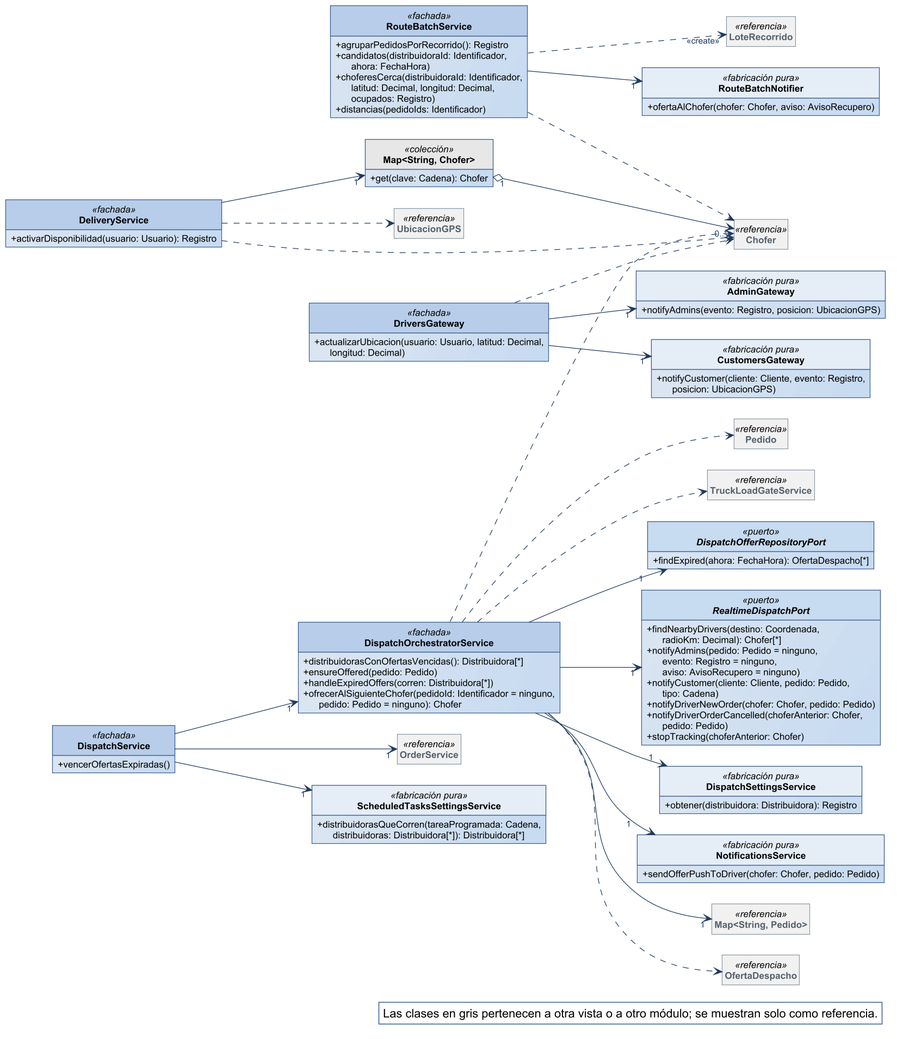
Above: diagramas/clases-diseno/DC_Mod_Despacho.png in Nahuelito-Dev/splg-docs (PlantUML), before the change.
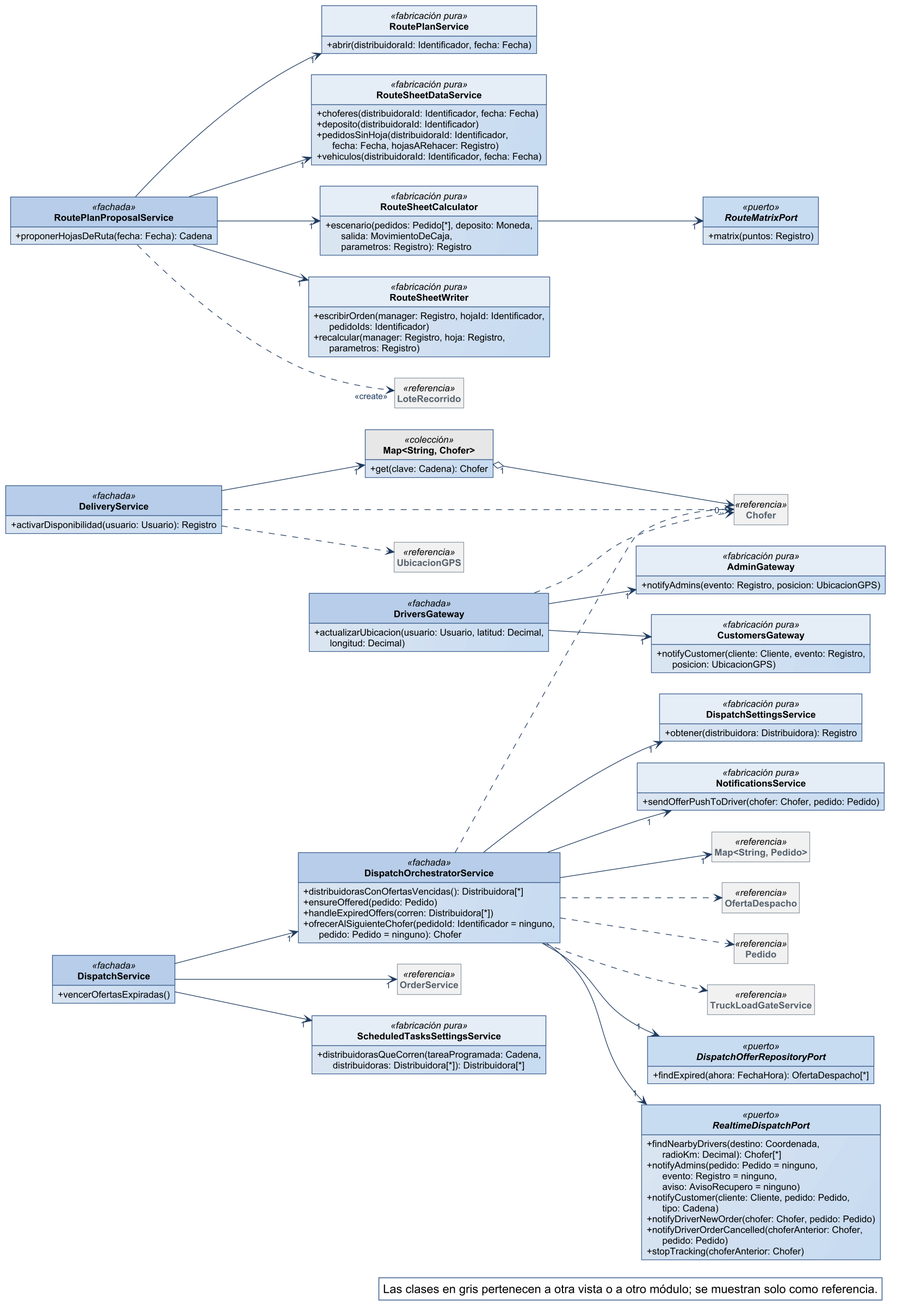
After the commit.

Change to the diagram source:
```diff
@@ -50,14 +50,27 @@
   + notifyDriverOrderCancelled(choferAnterior: Chofer,\n      pedido: Pedido)
   + stopTracking(choferAnterior: Chofer)
 }
-class RouteBatchService <<fachada>> {
-  + agruparPedidosPorRecorrido(): Registro
-  + candidatos(distribuidoraId: Identificador,\n      ahora: FechaHora)
-  + choferesCerca(distribuidoraId: Identificador,\n      latitud: Decimal, longitud: Decimal,\n      ocupados: Registro)
-  + distancias(pedidoIds: Identificador)
+interface RouteMatrixPort <<puerto>> {
+  + matrix(puntos: Registro)
 }
-class RouteBatchNotifier <<fabricación pura>> {
-  + ofertaAlChofer(chofer: Chofer, aviso: AvisoRecupero)
+class RoutePlanProposalService <<fachada>> {
+  + proponerHojasDeRuta(fecha: Fecha): Cadena
+}
+class RoutePlanService <<fabricación pura>> {
+  + abrir(distribuidoraId: Identificador, fecha: Fecha)
+}
+class RouteSheetDataService <<fabricación pura>> {
+  + choferes(distribuidoraId: Identificador, fecha: Fecha)
+  + deposito(distribuidoraId: Identificador)
+  + pedidosSinHoja(distribuidoraId: Identificador,\n      fecha: Fecha, hojasARehacer: Registro)
+  + vehiculos(distribuidoraId: Identificador, fecha: Fecha)
+}
+class RouteSheetCalculator <<fabricación pura>> {
+  + escenario(pedidos: Pedido[*], deposito: Moneda,\n      salida: MovimientoDeCaja,\n      parametros: Registro): Registro
+}
+class RouteSheetWriter <<fabricación pura>> {
+  + escribirOrden(manager: Registro, hojaId: Identificador,\n      pedidoIds: Identificador)
+  + recalcular(manager: Registro, hoja: Registro,\n      parametros: Registro)
 }
 class DispatchSettingsService <<fabricación pura>> {
   + obtener(distribuidora: Distribuidora): Registro
@@ -104,7 +117,11 @@
 DispatchService --> "1" ScheduledTasksSettingsService
 DriversGateway --> "1" AdminGateway
 DriversGateway --> "1" CustomersGateway
-RouteBatchService --> "1" RouteBatchNotifier
+RoutePlanProposalService --> "1" RoutePlanService
+RoutePlanProposalService --> "1" RouteSheetCalculator
+RoutePlanProposalService --> "1" RouteSheetDataService
+RoutePlanProposalService --> "1" RouteSheetWriter
+RouteSheetCalculator --> "1" RouteMatrixPort
 DeliveryService ..> Chofer
 DeliveryService ..> UbicacionGPS
 DispatchOrchestratorService ..> Chofer
@@ -112,8 +129,7 @@
 DispatchOrchestratorService ..> Pedido
 DispatchOrchestratorService ..> TruckLoadGateService
 DriversGateway ..> Chofer
-RouteBatchService ..> Chofer
-RouteBatchService ..> "<<create>>" LoteRecorrido
+RoutePlanProposalService ..> "<<create>>" LoteRecorrido
 
 legend bottom right
   Las clases en gris pertenecen a otra vista o a otro módulo; se muestran solo como referencia.
```
